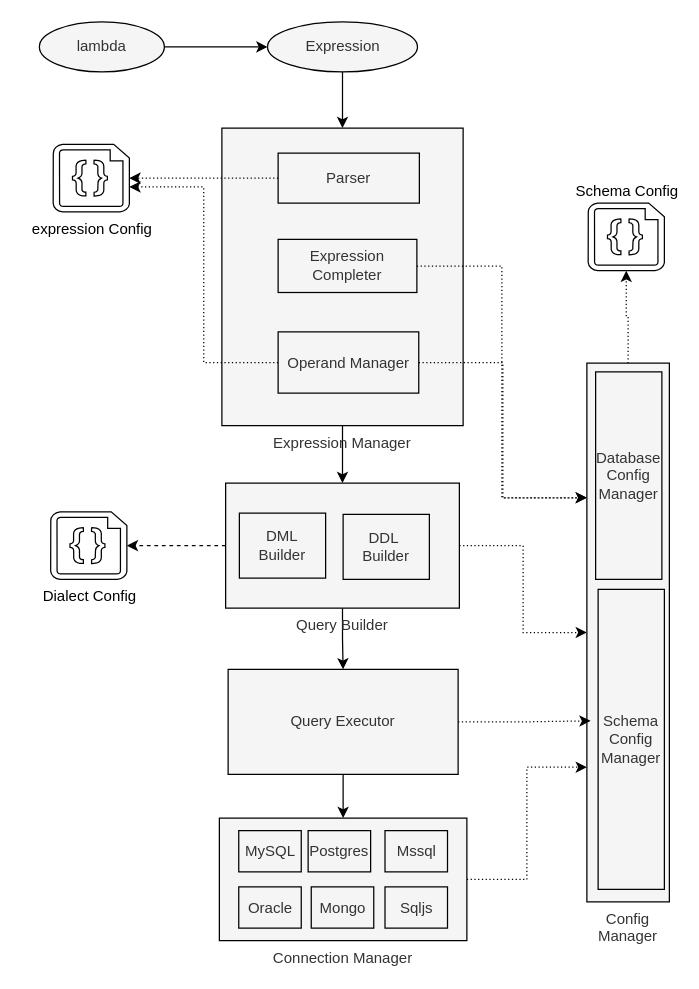
Earlier version of the draw.io diagram design/diagram.drawio (lambda-orm/lambdaorm). Source tidied: cells renumbered, new cells numbered last; positions are measured from the earlier drawing's top-left corner, leaving out a move shared by most shapes. Both pictures are drawn from the tidied source at 125%, with x=0, y=0 at pixel (39, 21).
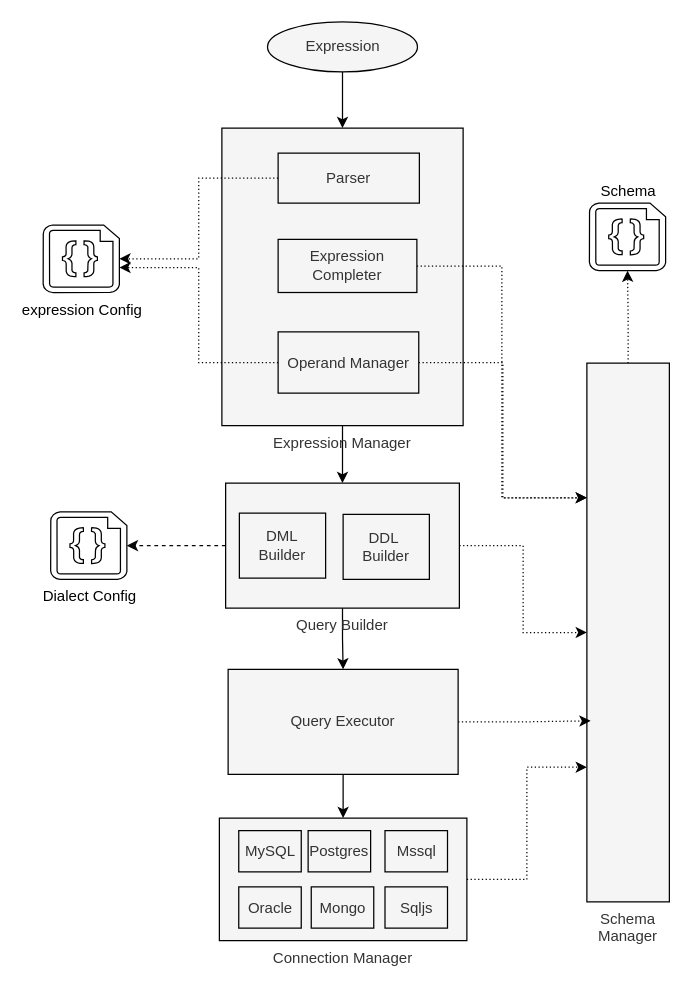
The same diagram, later.

Unchanged cells that the change refers to:
```xml
<mxCell id="12" value="Expression" style="ellipse;whiteSpace=wrap;html=1;labelBackgroundColor=none;sketch=0;fillColor=#f5f5f5;fontColor=#333333;strokeColor=#000000;" parent="1" vertex="1">
  <mxGeometry x="182.5" width="120" height="40" as="geometry" />
</mxCell>
```

What changed in the source:
```diff
@@
-    <mxCell id="7" value="Config Manager" style="rounded=0;whiteSpace=wrap;html=1;labelBackgroundColor=none;sketch=0;fillColor=#f5f5f5;fontColor=#333333;strokeColor=#000000;labelPosition=center;verticalLabelPosition=bottom;align=center;verticalAlign=top;" parent="1" vertex="1">
+    <mxCell id="7" value="Schema Manager" style="rounded=0;whiteSpace=wrap;html=1;labelBackgroundColor=none;sketch=0;fillColor=#f5f5f5;fontColor=#333333;strokeColor=#000000;labelPosition=center;verticalLabelPosition=bottom;align=center;verticalAlign=top;" parent="1" vertex="1">
       <mxGeometry x="438" y="273" width="66" height="431" as="geometry" />
     </mxCell>
@@
-    <mxCell id="13" style="edgeStyle=orthogonalEdgeStyle;rounded=0;jettySize=auto;html=1;entryX=0;entryY=0.5;entryDx=0;entryDy=0;fontColor=#000000;labelBackgroundColor=none;sketch=0;fillColor=#f5f5f5;strokeColor=#000000;" parent="1" edge="1" source="14" target="12">
-      <mxGeometry relative="1" as="geometry" />
-    </mxCell>
-    <mxCell id="14" value="lambda" style="ellipse;whiteSpace=wrap;html=1;labelBackgroundColor=none;sketch=0;fillColor=#f5f5f5;fontColor=#333333;strokeColor=#000000;" parent="1" vertex="1">
-      <mxGeometry width="100" height="40" as="geometry" />
-    </mxCell>
@@
     <mxCell id="17" value="expression Config" style="verticalLabelPosition=bottom;html=1;verticalAlign=top;align=center;shape=mxgraph.azure.code_file;fontColor=#000000;strokeWidth=1;" parent="1" vertex="1">
-      <mxGeometry x="11" y="98" width="61" height="54" as="geometry" />
+      <mxGeometry x="3" y="162.5" width="61" height="54" as="geometry" />
     </mxCell>
@@
-    <mxCell id="19" value="Schema Config" style="verticalLabelPosition=top;html=1;verticalAlign=bottom;align=center;shape=mxgraph.azure.code_file;fontColor=#000000;strokeWidth=1;labelPosition=center;" parent="1" vertex="1">
-      <mxGeometry x="439" y="145" width="61" height="54" as="geometry" />
+    <mxCell id="19" value="Schema" style="verticalLabelPosition=top;html=1;verticalAlign=bottom;align=center;shape=mxgraph.azure.code_file;fontColor=#000000;strokeWidth=1;labelPosition=center;" parent="1" vertex="1">
+      <mxGeometry x="440" y="145" width="61" height="54" as="geometry" />
     </mxCell>
@@
-    <mxCell id="37" value="Database Config&lt;br&gt;Manager" style="rounded=0;whiteSpace=wrap;html=1;labelBackgroundColor=none;sketch=0;shadow=0;fillColor=#f5f5f5;fontColor=#333333;strokeColor=#000000;labelPosition=center;verticalLabelPosition=middle;align=center;verticalAlign=middle;" parent="1" vertex="1">
-      <mxGeometry x="445" y="280" width="53" height="166" as="geometry" />
-    </mxCell>
-    <mxCell id="38" value="Schema Config Manager" style="rounded=0;whiteSpace=wrap;html=1;labelBackgroundColor=none;sketch=0;shadow=0;fillColor=#f5f5f5;fontColor=#333333;strokeColor=#000000;labelPosition=center;verticalLabelPosition=middle;align=center;verticalAlign=middle;" parent="1" vertex="1">
-      <mxGeometry x="447" y="454" width="53" height="240" as="geometry" />
-    </mxCell>
```
